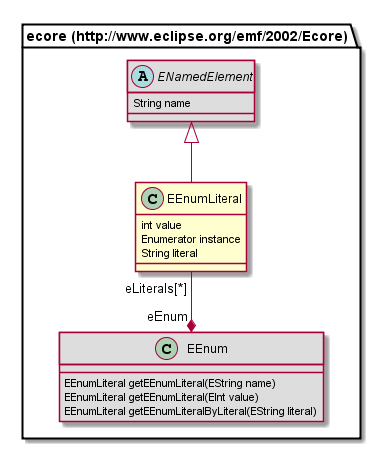
The PlantUML diagram org.nasdanika.cdo.security/site/resources/modeldoc/687474703a2f2f7777772e65636c697073652e6f72672f656d662f323030322f45636f7265/EEnumLiteral.png in Nasdanika/server, before a commit.
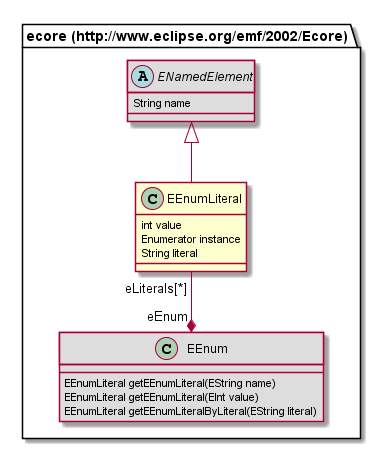
The same diagram one commit later.

Change to the diagram source:
```diff
@@ -4,14 +4,14 @@
 	Enumerator instance
 	String literal
 }
+abstract class "ecore (http://www.eclipse.org/emf/2002/Ecore).ENamedElement" [[#router/doc-content/687474703a2f2f7777772e65636c697073652e6f72672f656d662f323030322f45636f7265/ENamedElement.html]] #DDDDDD {
+	String name
+}
 class "ecore (http://www.eclipse.org/emf/2002/Ecore).EEnum" [[#router/doc-content/687474703a2f2f7777772e65636c697073652e6f72672f656d662f323030322f45636f7265/EEnum.html]] #DDDDDD {
 	EEnumLiteral getEEnumLiteral(EString name)
 	EEnumLiteral getEEnumLiteral(EInt value)
 	EEnumLiteral getEEnumLiteralByLiteral(EString literal)
 }
-abstract class "ecore (http://www.eclipse.org/emf/2002/Ecore).ENamedElement" [[#router/doc-content/687474703a2f2f7777772e65636c697073652e6f72672f656d662f323030322f45636f7265/ENamedElement.html]] #DDDDDD {
-	String name
-}
 "ecore (http://www.eclipse.org/emf/2002/Ecore).ENamedElement" <|-- "ecore (http://www.eclipse.org/emf/2002/Ecore).EEnumLiteral"
 "ecore (http://www.eclipse.org/emf/2002/Ecore).EEnumLiteral" "eLiterals[*]" --* "eEnum" "ecore (http://www.eclipse.org/emf/2002/Ecore).EEnum"
 @enduml
```
